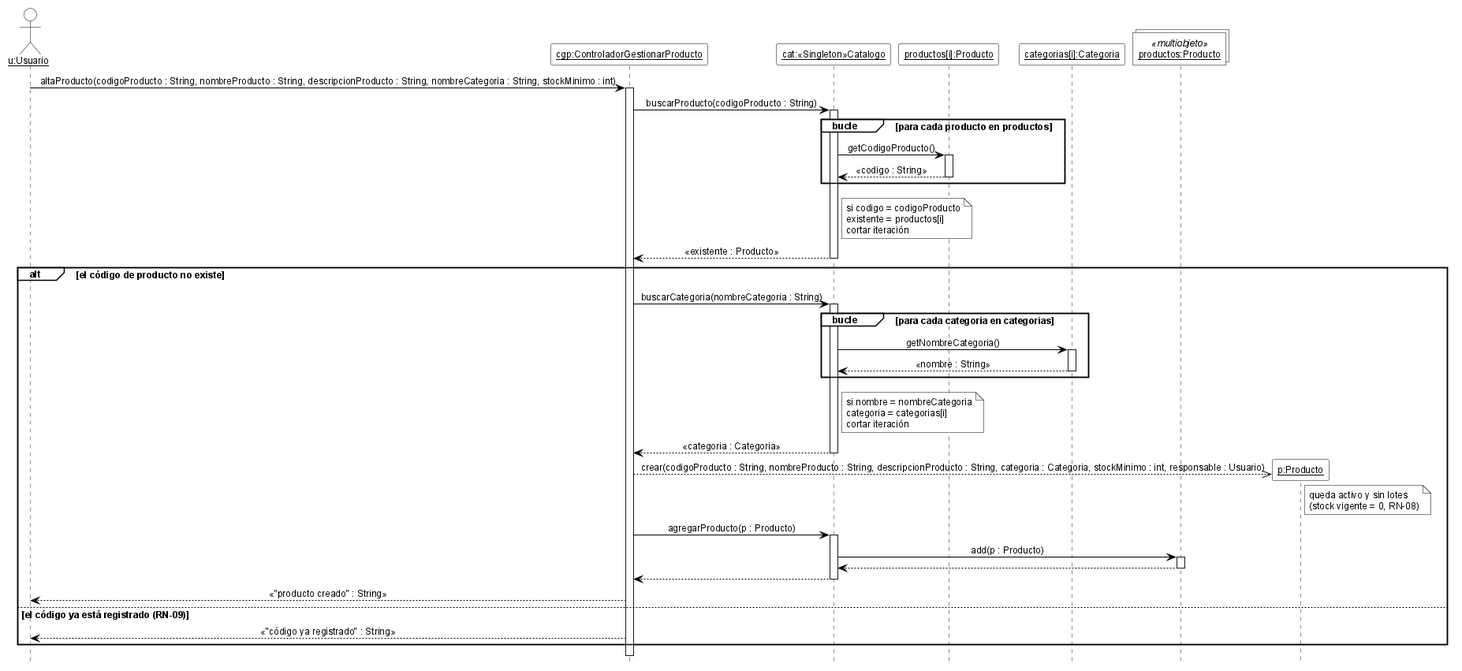
cirotop/Stock-Project keeps this PlantUML diagram as 08-Diagrama De Secuencia/DSD_CU-04_altaProducto.png. Above is the earlier version.
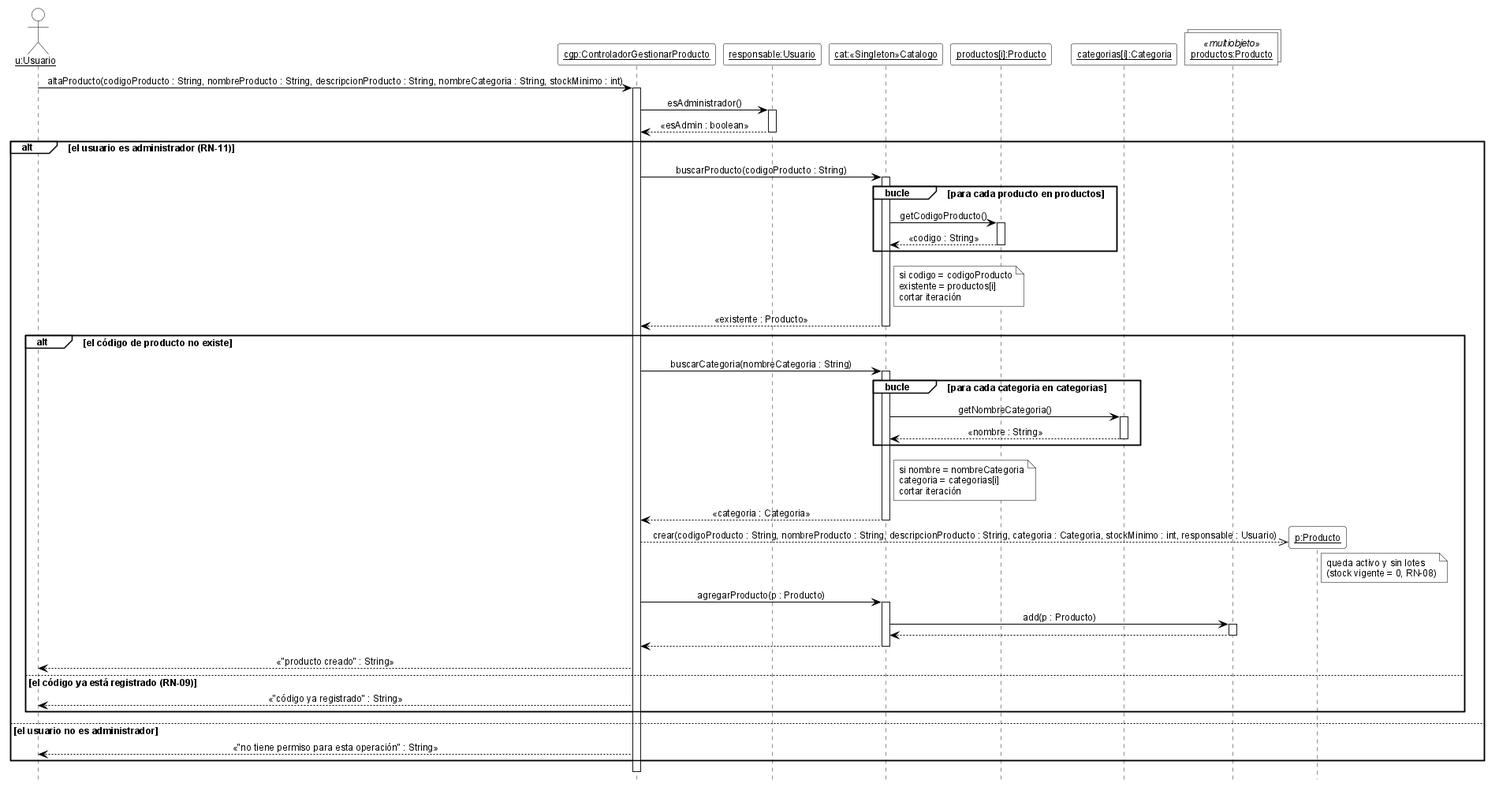
After the commit.

Change to the diagram source:
```diff
@@ -21,45 +21,52 @@
 
 actor "<u>u:Usuario</u>" as u
 participant "<u>cgp:ControladorGestionarProducto</u>" as cgp
+participant "<u>responsable:Usuario</u>" as resp
 participant "<u>cat:«Singleton»Catalogo</u>" as cat
 participant "<u>productos[i]:Producto</u>" as pi
 participant "<u>categorias[i]:Categoria</u>" as ki
 collections "<u>productos:Producto</u>" as mp <<multiobjeto>>
 
 u -> cgp ++ : altaProducto(codigoProducto : String, nombreProducto : String, descripcionProducto : String, nombreCategoria : String, stockMinimo : int)
-cgp -> cat ++ : buscarProducto(codigoProducto : String)
-group bucle [para cada producto en productos]
-  cat -> pi ++ : getCodigoProducto()
-  pi --> cat -- : «codigo : String»
-end
-note right of cat
-  si codigo = codigoProducto
-  existente = productos[i]
-  cortar iteración
-end note
-cat --> cgp -- : «existente : Producto»
-alt el código de producto no existe
-  cgp -> cat ++ : buscarCategoria(nombreCategoria : String)
-  group bucle [para cada categoria en categorias]
-    cat -> ki ++ : getNombreCategoria()
-    ki --> cat -- : «nombre : String»
+cgp -> resp ++ : esAdministrador()
+resp --> cgp -- : «esAdmin : boolean»
+alt el usuario es administrador (RN-11)
+  cgp -> cat ++ : buscarProducto(codigoProducto : String)
+  group bucle [para cada producto en productos]
+    cat -> pi ++ : getCodigoProducto()
+    pi --> cat -- : «codigo : String»
   end
   note right of cat
-    si nombre = nombreCategoria
-    categoria = categorias[i]
+    si codigo = codigoProducto
+    existente = productos[i]
     cortar iteración
   end note
-  cat --> cgp -- : «categoria : Categoria»
-  create participant "<u>p:Producto</u>" as p
-  cgp -->> p : crear(codigoProducto : String, nombreProducto : String, descripcionProducto : String, categoria : Categoria, stockMinimo : int, responsable : Usuario)
-  note right of p : queda activo y sin lotes\n(stock vigente = 0, RN-08)
-  cgp -> cat ++ : agregarProducto(p : Producto)
-  cat -> mp ++ : add(p : Producto)
-  mp --> cat --
-  cat --> cgp --
-  cgp --> u : «"producto creado" : String»
-else el código ya está registrado (RN-09)
-  cgp --> u : «"código ya registrado" : String»
+  cat --> cgp -- : «existente : Producto»
+  alt el código de producto no existe
+    cgp -> cat ++ : buscarCategoria(nombreCategoria : String)
+    group bucle [para cada categoria en categorias]
+      cat -> ki ++ : getNombreCategoria()
+      ki --> cat -- : «nombre : String»
+    end
+    note right of cat
+      si nombre = nombreCategoria
+      categoria = categorias[i]
+      cortar iteración
+    end note
+    cat --> cgp -- : «categoria : Categoria»
+    create participant "<u>p:Producto</u>" as p
+    cgp -->> p : crear(codigoProducto : String, nombreProducto : String, descripcionProducto : String, categoria : Categoria, stockMinimo : int, responsable : Usuario)
+    note right of p : queda activo y sin lotes\n(stock vigente = 0, RN-08)
+    cgp -> cat ++ : agregarProducto(p : Producto)
+    cat -> mp ++ : add(p : Producto)
+    mp --> cat --
+    cat --> cgp --
+    cgp --> u : «"producto creado" : String»
+  else el código ya está registrado (RN-09)
+    cgp --> u : «"código ya registrado" : String»
+  end
+else el usuario no es administrador
+  cgp --> u : «"no tiene permiso para esta operación" : String»
 end
 deactivate cgp
 
```
